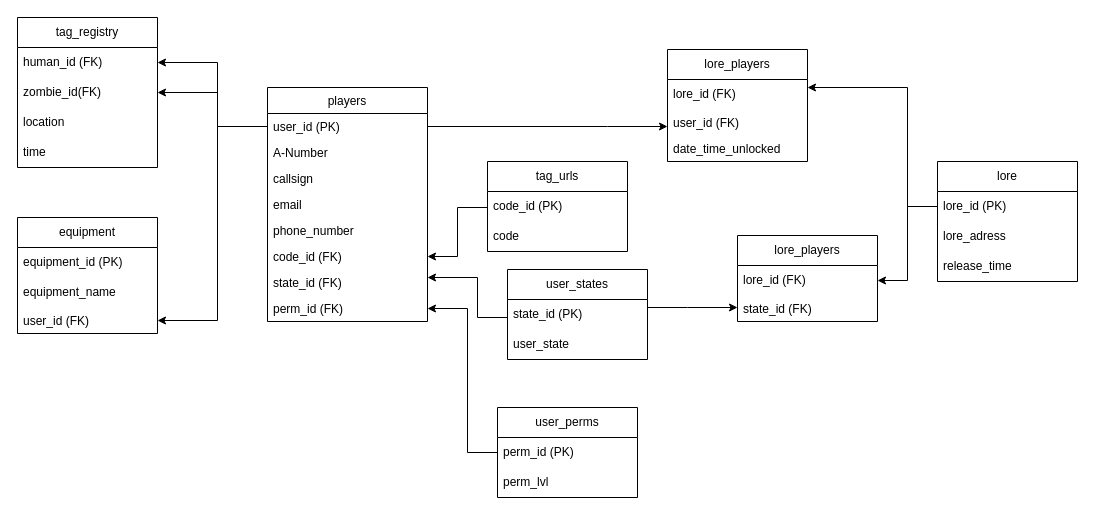
Before: HvZ SQL outline.drawio in hutonahill/HvZ_USU_Site, a draw.io diagram. Source tidied: cells renumbered, new cells numbered last; positions are measured from the earlier drawing's top-left corner, leaving out a move shared by most shapes. Both pictures are drawn from the tidied source at 100%, with x=0, y=0 at pixel (17, 17).
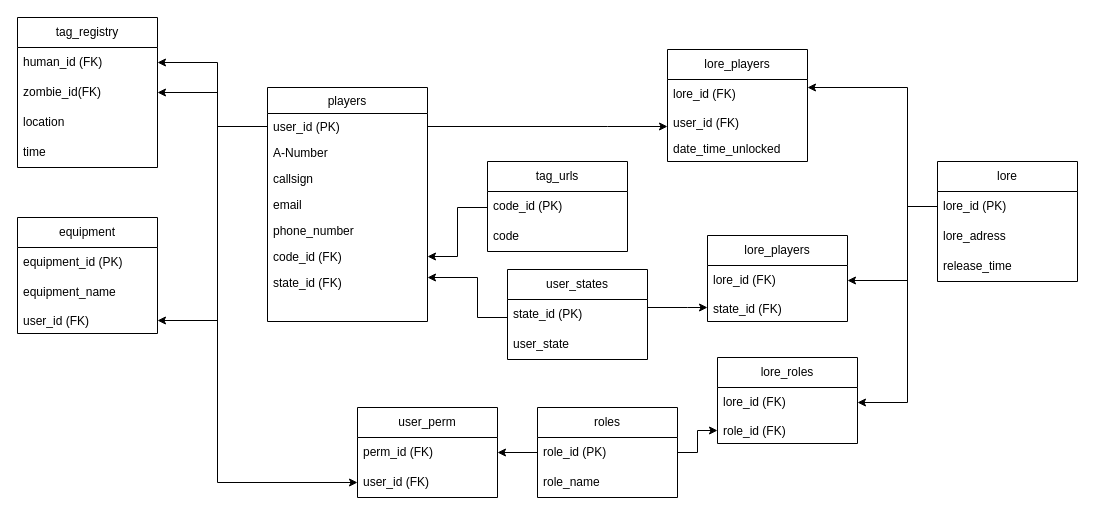
The same diagram, later.

Commit message (it also covers changes not shown here):
added a sign up sequance and updated SQL outline

Unchanged cells that the change refers to:
```xml
<mxCell id="2" value="players" style="swimlane;fontStyle=0;align=center;verticalAlign=top;horizontal=1;startSize=26;rounded=0;shadow=0;strokeWidth=1;" parent="1" vertex="1">
  <mxGeometry x="250" y="70" width="160" height="234" as="geometry" />
</mxCell>
<mxCell id="3" value="user_id (PK)" style="text;align=left;verticalAlign=top;spacingLeft=4;spacingRight=4;overflow=hidden;points=[[0,0.5],[1,0.5]];portConstraint=eastwest;rounded=0;shadow=0;html=0;" parent="2" vertex="1">
  <mxGeometry y="26" width="160" height="26" as="geometry" />
</mxCell>
<mxCell id="31" value="lore_id (PK)" style="text;strokeColor=none;fillColor=none;align=left;verticalAlign=middle;spacingLeft=4;spacingRight=4;overflow=hidden;points=[[0,0.5],[1,0.5]];portConstraint=eastwest;whiteSpace=wrap;html=1;" parent="30" vertex="1">
  <mxGeometry y="30" width="140" height="30" as="geometry" />
</mxCell>
<mxCell id="46" value="lore_id (FK)" style="text;strokeColor=none;fillColor=none;align=left;verticalAlign=middle;spacingLeft=4;spacingRight=4;overflow=hidden;points=[[0,0.5],[1,0.5]];portConstraint=eastwest;whiteSpace=wrap;html=1;" parent="45" vertex="1">
  <mxGeometry y="30" width="140" height="30" as="geometry" />
</mxCell>
```

Diff of the diagram source:
```diff
@@
-    <mxCell id="10" value="perm_id (FK)" style="text;align=left;verticalAlign=top;spacingLeft=4;spacingRight=4;overflow=hidden;points=[[0,0.5],[1,0.5]];portConstraint=eastwest;rounded=0;shadow=0;html=0;" parent="2" vertex="1">
-      <mxGeometry y="208" width="160" height="26" as="geometry" />
-    </mxCell>
@@
-    <mxCell id="18" value="user_perms" style="swimlane;fontStyle=0;horizontal=1;startSize=30;whiteSpace=wrap;html=1;" parent="1" vertex="1">
-      <mxGeometry x="480" y="390" width="140" height="90" as="geometry" />
+    <mxCell id="18" value="roles" style="swimlane;fontStyle=0;horizontal=1;startSize=30;whiteSpace=wrap;html=1;" parent="1" vertex="1">
+      <mxGeometry x="520" y="390" width="140" height="90" as="geometry" />
     </mxCell>
-    <mxCell id="19" value="perm_id (PK)" style="text;strokeColor=none;fillColor=none;align=left;verticalAlign=middle;spacingLeft=4;spacingRight=4;overflow=hidden;points=[[0,0.5],[1,0.5]];portConstraint=eastwest;whiteSpace=wrap;html=1;" parent="18" vertex="1">
+    <mxCell id="19" value="role_id (PK)" style="text;strokeColor=none;fillColor=none;align=left;verticalAlign=middle;spacingLeft=4;spacingRight=4;overflow=hidden;points=[[0,0.5],[1,0.5]];portConstraint=eastwest;whiteSpace=wrap;html=1;" parent="18" vertex="1">
       <mxGeometry y="30" width="140" height="30" as="geometry" />
     </mxCell>
-    <mxCell id="20" value="perm_lvl" style="text;strokeColor=none;fillColor=none;align=left;verticalAlign=middle;spacingLeft=4;spacingRight=4;overflow=hidden;whiteSpace=wrap;html=1;" parent="18" vertex="1">
+    <mxCell id="20" value="role_name" style="text;strokeColor=none;fillColor=none;align=left;verticalAlign=middle;spacingLeft=4;spacingRight=4;overflow=hidden;whiteSpace=wrap;html=1;" parent="18" vertex="1">
       <mxGeometry y="60" width="140" height="30" as="geometry" />
     </mxCell>
@@
-    <mxCell id="29" style="edgeStyle=orthogonalEdgeStyle;rounded=0;jettySize=auto;html=1;" parent="1" edge="1" source="19" target="10">
-      <mxGeometry relative="1" as="geometry">
-        <Array as="points">
-          <mxPoint x="450" y="435" />
-          <mxPoint x="450" y="291" />
-        </Array>
-      </mxGeometry>
-    </mxCell>
@@
     <mxCell id="45" value="lore_players" style="swimlane;fontStyle=0;horizontal=1;startSize=30;whiteSpace=wrap;html=1;" parent="1" vertex="1">
-      <mxGeometry x="720" y="218" width="140" height="86" as="geometry" />
+      <mxGeometry x="690" y="218" width="140" height="86" as="geometry" />
     </mxCell>
@@
     <mxCell id="48" style="edgeStyle=orthogonalEdgeStyle;rounded=0;jettySize=auto;html=1;" parent="1" edge="1" source="31" target="46">
-      <mxGeometry relative="1" as="geometry" />
+      <mxGeometry relative="1" as="geometry">
+        <Array as="points">
+          <mxPoint x="890" y="189" />
+          <mxPoint x="890" y="263" />
+        </Array>
+      </mxGeometry>
     </mxCell>
@@
+    <mxCell id="50" value="user_perm" style="swimlane;fontStyle=0;horizontal=1;startSize=30;whiteSpace=wrap;html=1;" parent="1" vertex="1">
+      <mxGeometry x="340" y="390" width="140" height="90" as="geometry" />
+    </mxCell>
+    <mxCell id="10" value="perm_id (FK)" style="text;strokeColor=none;fillColor=none;align=left;verticalAlign=middle;spacingLeft=4;spacingRight=4;overflow=hidden;points=[[0,0.5],[1,0.5]];portConstraint=eastwest;whiteSpace=wrap;html=1;" parent="50" vertex="1">
+      <mxGeometry y="30" width="140" height="30" as="geometry" />
+    </mxCell>
+    <mxCell id="51" value="user_id (FK)" style="text;strokeColor=none;fillColor=none;align=left;verticalAlign=middle;spacingLeft=4;spacingRight=4;overflow=hidden;points=[[0,0.5],[1,0.5]];portConstraint=eastwest;whiteSpace=wrap;html=1;" parent="50" vertex="1">
+      <mxGeometry y="60" width="140" height="30" as="geometry" />
+    </mxCell>
+    <mxCell id="29" style="edgeStyle=orthogonalEdgeStyle;rounded=0;jettySize=auto;html=1;" parent="1" edge="1" source="19" target="10">
+      <mxGeometry relative="1" as="geometry" />
+    </mxCell>
+    <mxCell id="52" style="edgeStyle=orthogonalEdgeStyle;rounded=0;jettySize=auto;html=1;" parent="1" edge="1" source="3" target="51">
+      <mxGeometry relative="1" as="geometry">
+        <Array as="points">
+          <mxPoint x="200" y="109" />
+          <mxPoint x="200" y="465" />
+        </Array>
+      </mxGeometry>
+    </mxCell>
+    <mxCell id="53" value="lore_roles" style="swimlane;fontStyle=0;horizontal=1;startSize=30;whiteSpace=wrap;html=1;" parent="1" vertex="1">
+      <mxGeometry x="700" y="340" width="140" height="86" as="geometry" />
+    </mxCell>
+    <mxCell id="54" value="lore_id (FK)" style="text;strokeColor=none;fillColor=none;align=left;verticalAlign=middle;spacingLeft=4;spacingRight=4;overflow=hidden;points=[[0,0.5],[1,0.5]];portConstraint=eastwest;whiteSpace=wrap;html=1;" parent="53" vertex="1">
+      <mxGeometry y="30" width="140" height="30" as="geometry" />
+    </mxCell>
+    <mxCell id="55" value="role_id (FK)" style="text;align=left;verticalAlign=top;spacingLeft=4;spacingRight=4;overflow=hidden;points=[[0,0.5],[1,0.5]];portConstraint=eastwest;rounded=0;shadow=0;html=0;" parent="53" vertex="1">
+      <mxGeometry y="60" width="140" height="26" as="geometry" />
+    </mxCell>
+    <mxCell id="56" style="edgeStyle=orthogonalEdgeStyle;rounded=0;jettySize=auto;html=1;" parent="1" edge="1" source="19" target="55">
+      <mxGeometry relative="1" as="geometry" />
+    </mxCell>
+    <mxCell id="57" style="edgeStyle=orthogonalEdgeStyle;rounded=0;jettySize=auto;html=1;" parent="1" edge="1" source="31" target="54">
+      <mxGeometry relative="1" as="geometry">
+        <Array as="points">
+          <mxPoint x="890" y="189" />
+          <mxPoint x="890" y="385" />
+        </Array>
+      </mxGeometry>
+    </mxCell>
```
